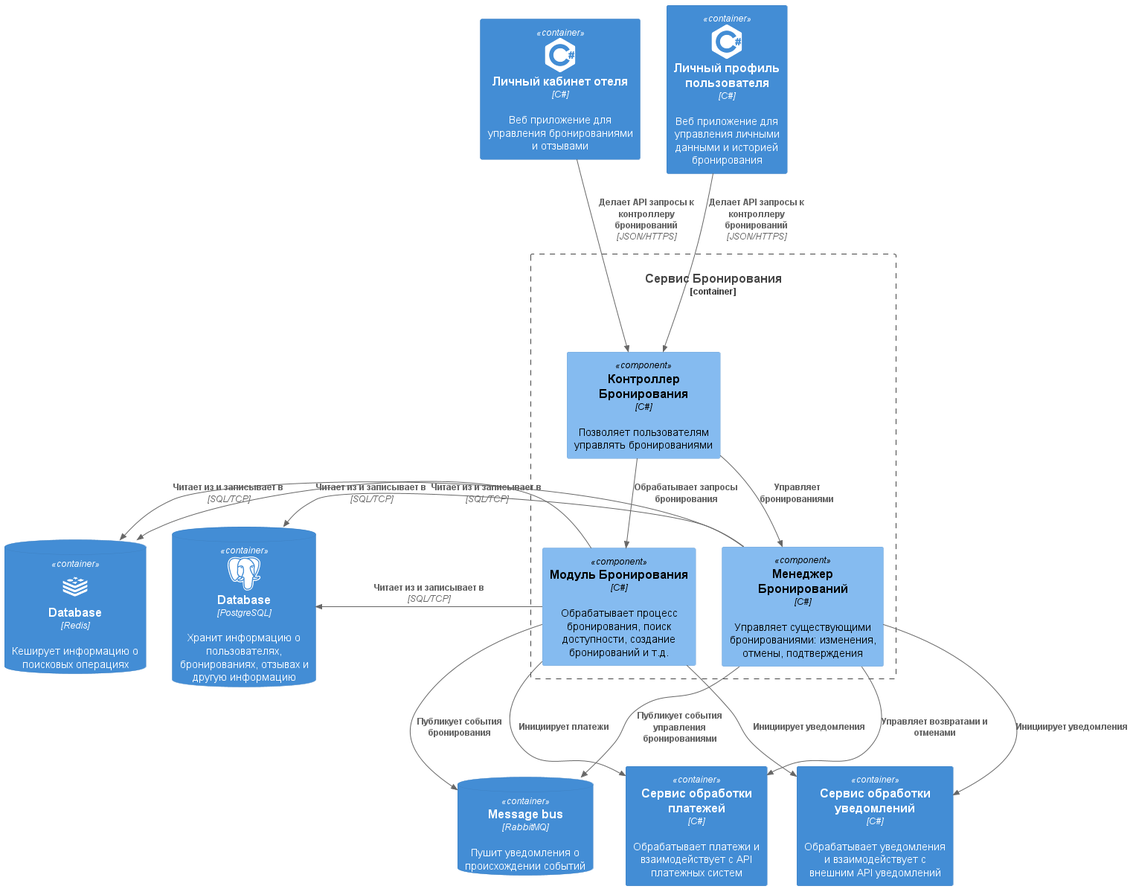
This is C4/3_component [Booking].png from GornikMaria/SoftwareDevelopmentTechnology, a PlantUML export, as it was before one commit.
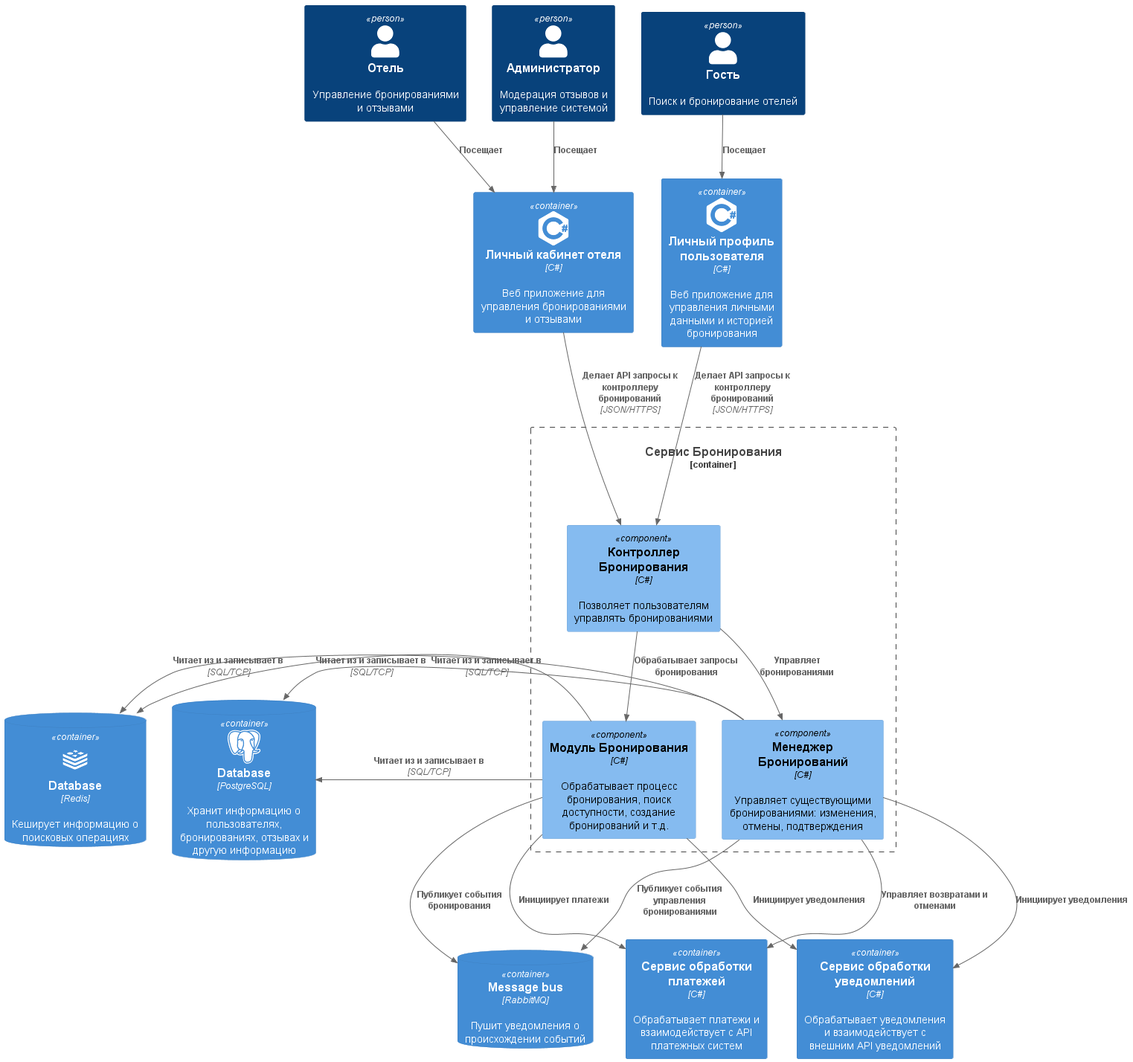
The same file after the commit.

Change to the diagram source:
```diff
@@ -9,6 +9,11 @@
 !include DEVICONS1/redis.puml
 !include DEVICONS2/csharp.puml
 !include DEVICONS2/postgresql.puml
+
+Person(hotel, "Отель", "Управление бронированиями и отзывами")
+Person(admin, "Администратор", "Модерация отзывов и управление системой")
+Person(guest, "Гость", "Поиск и бронирование отелей")
+
 
 Container(extranet, "Личный кабинет отеля", "C#", "Веб приложение для управления бронированиями и отзывами", $sprite="csharp")
 Container(guestProfile, "Личный профиль пользователя", "C#", "Веб приложение для управления личными данными и историей бронирования", $sprite="csharp")
@@ -32,7 +37,6 @@
 
     Rel_L(bookingEngine, postgres, "Читает из и записывает в", "SQL/TCP")
     Rel_L(bookingEngine, redis, "Читает из и записывает в", "SQL/TCP")
-
     Rel_L(reservationManager, postgres, "Читает из и записывает в", "SQL/TCP")
     Rel_L(reservationManager, redis, "Читает из и записывает в", "SQL/TCP")
 }
@@ -45,4 +49,8 @@
 Rel(bookingEngine, paymentAPIFacade, "Инициирует платежи")
 Rel(reservationManager, paymentAPIFacade, "Управляет возвратами и отменами")
 
+Rel(hotel, extranet, "Посещает")
+Rel(admin, extranet, "Посещает")
+Rel(guest, guestProfile, "Посещает")
+
 @enduml
```
